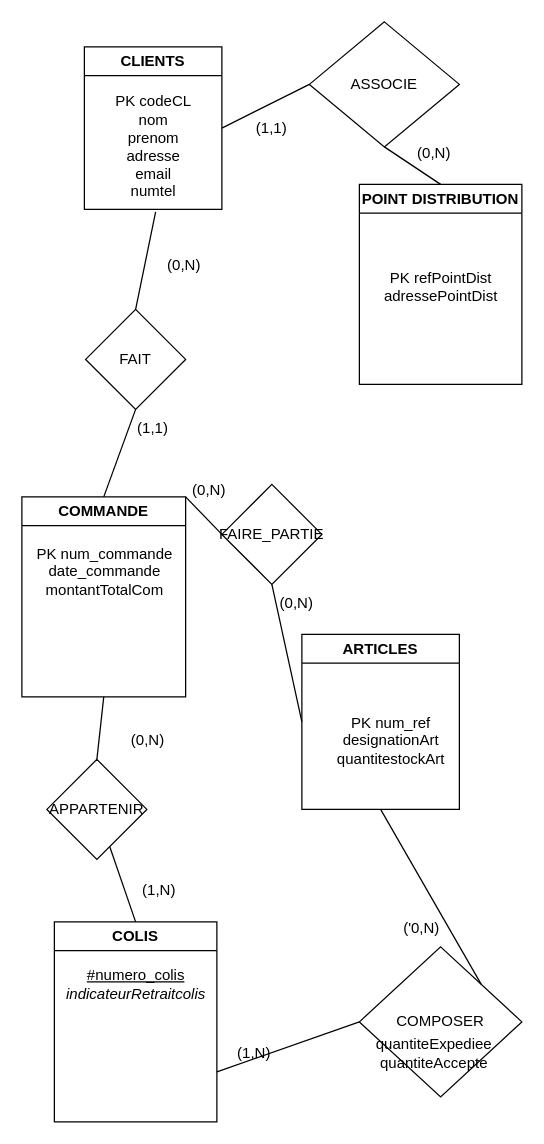
This is Diagramme sans nom.drawio from lennyverg/dev_web, a draw.io file, before an edit. Source tidied: cells renumbered, new cells numbered last; positions are measured from the earlier drawing's top-left corner, leaving out a move shared by most shapes. Both pictures are drawn from the tidied source at 125%, with x=0, y=0 at pixel (21, 21).
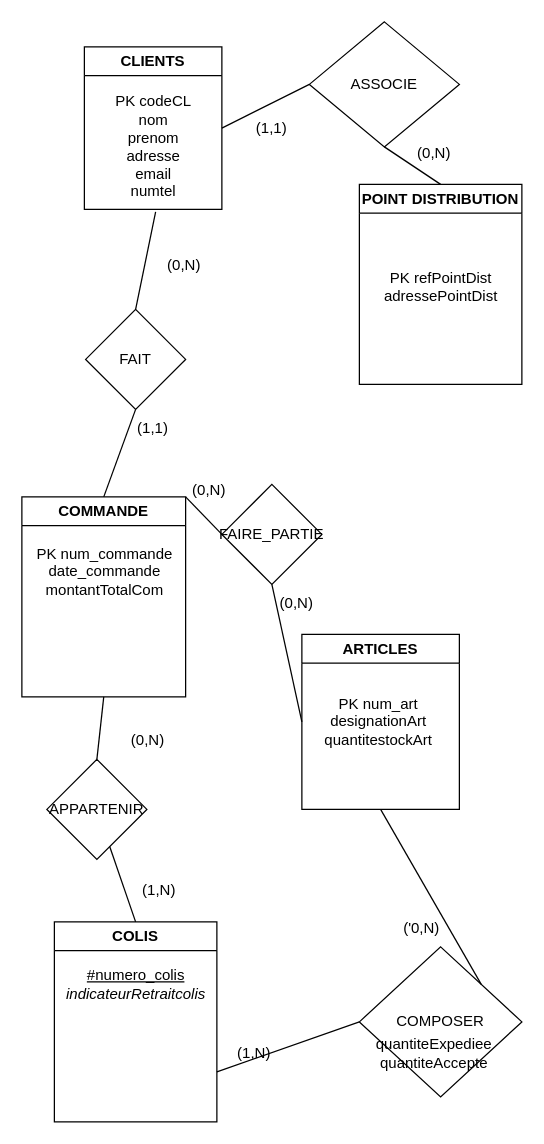
The same diagram, later.

Commit message (it also covers changes not shown here):
Mettre à jour Diagramme sans nom.drawio

The change refers to these unchanged cells:
```xml
<mxCell id="4" value="ARTICLES" style="swimlane;whiteSpace=wrap;html=1;" parent="1" vertex="1">
  <mxGeometry x="224" y="490" width="126" height="140" as="geometry" />
</mxCell>
```

What changed in the source:
```diff
@@
-    <mxCell id="5" value="&lt;div&gt;PK num_ref&lt;/div&gt;&lt;div&gt;designationArt&lt;/div&gt;&lt;div&gt;quantitestockArt&lt;br&gt;&lt;/div&gt;" style="text;html=1;align=center;verticalAlign=middle;strokeColor=none;fillColor=none;" parent="4" vertex="1">
-      <mxGeometry x="16" y="55" width="110" height="60" as="geometry" />
+    <mxCell id="5" value="&lt;div&gt;PK num_art&lt;/div&gt;&lt;div&gt;designationArt&lt;/div&gt;&lt;div&gt;quantitestockArt&lt;br&gt;&lt;/div&gt;" style="text;html=1;align=center;verticalAlign=middle;strokeColor=none;fillColor=none;" parent="4" vertex="1">
+      <mxGeometry x="6" y="40" width="110" height="60" as="geometry" />
     </mxCell>
```
